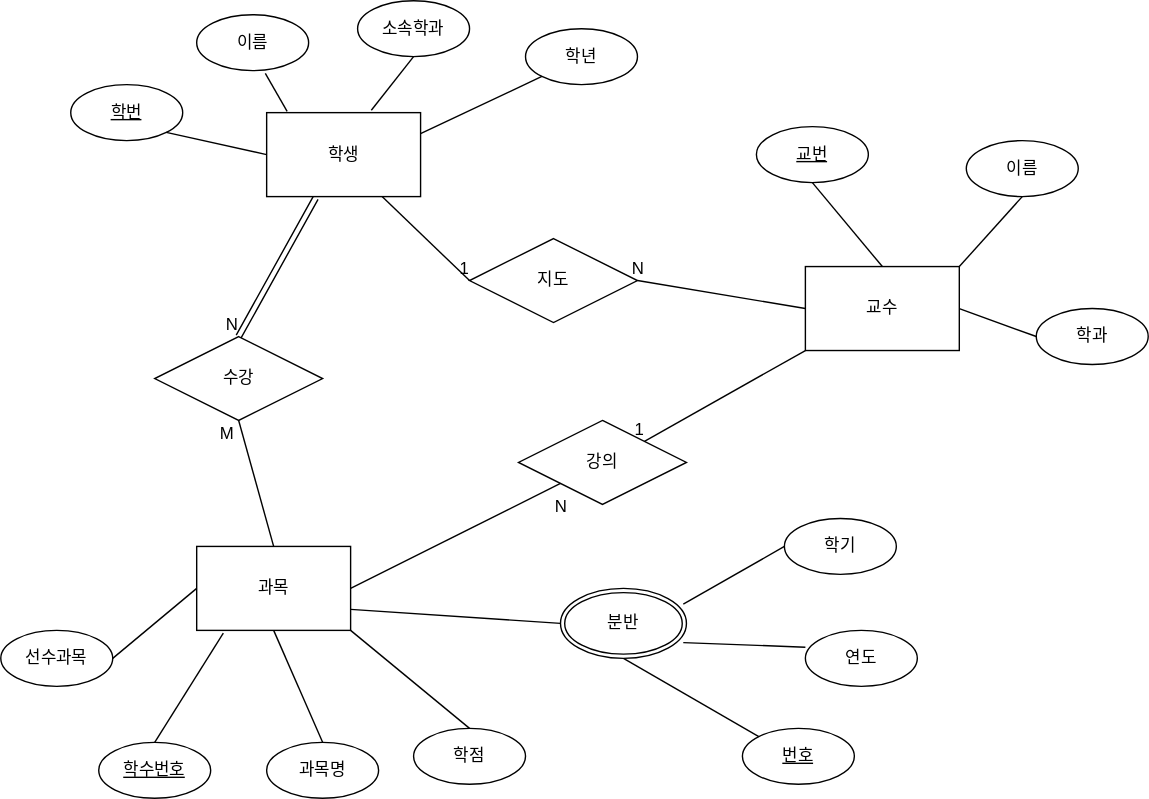
This is ERD 과제.svg from peeerr/document, a draw.io export, as it was before one commit. Source tidied: cells renumbered, new cells last; positions are measured from the earlier drawing's top-left corner, leaving out a move shared by most shapes.
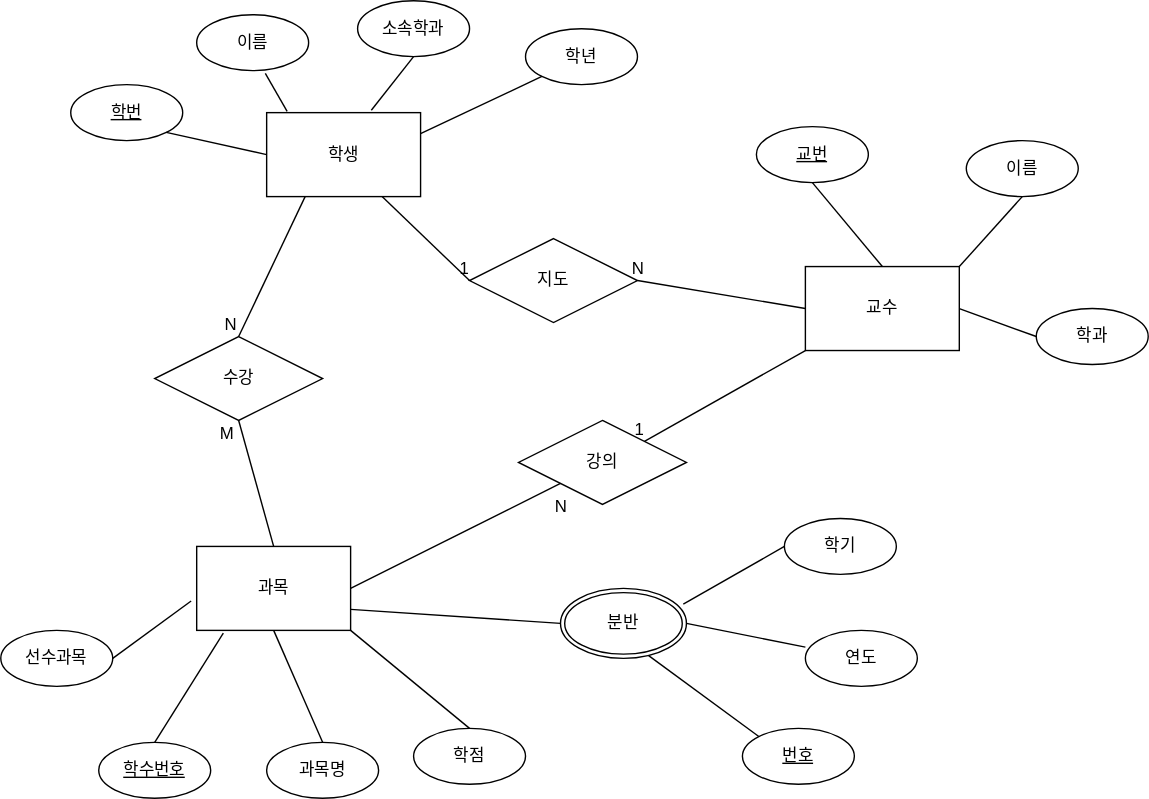
Above is the later version.

Commit message:
ERD 과제.svg 업데이트

Diff of the diagram source:
```diff
@@ -71,13 +71,13 @@
     <mxCell id="24" value="번호" style="ellipse;whiteSpace=wrap;html=1;align=center;fontStyle=4;" parent="1" vertex="1">
       <mxGeometry x="530" y="520" width="80" height="40" as="geometry" />
     </mxCell>
-    <mxCell id="25" style="endArrow=none;html=1;rounded=0;entryX=0.5;entryY=1;entryDx=0;entryDy=0;exitX=0;exitY=0;exitDx=0;exitDy=0;" parent="1" edge="1" source="24" target="42">
+    <mxCell id="25" style="endArrow=none;html=1;rounded=0;entryX=0.7;entryY=0.96;entryDx=0;entryDy=0;exitX=0;exitY=0;exitDx=0;exitDy=0;entryPerimeter=0;" parent="1" edge="1" source="24" target="42">
       <mxGeometry relative="1" as="geometry" />
     </mxCell>
     <mxCell id="26" style="endArrow=none;html=1;rounded=0;entryX=0;entryY=0.5;entryDx=0;entryDy=0;exitX=0.975;exitY=0.225;exitDx=0;exitDy=0;exitPerimeter=0;" parent="1" edge="1" source="42" target="22">
       <mxGeometry relative="1" as="geometry" />
     </mxCell>
-    <mxCell id="27" style="endArrow=none;html=1;rounded=0;exitX=0.975;exitY=0.775;exitDx=0;exitDy=0;exitPerimeter=0;entryX=0;entryY=0.3;entryDx=0;entryDy=0;entryPerimeter=0;" parent="1" edge="1" source="42" target="23">
+    <mxCell id="27" style="endArrow=none;html=1;rounded=0;exitX=1;exitY=0.5;exitDx=0;exitDy=0;entryX=0;entryY=0.3;entryDx=0;entryDy=0;entryPerimeter=0;" parent="1" edge="1" source="42" target="23">
       <mxGeometry relative="1" as="geometry" />
     </mxCell>
     <mxCell id="28" value="지도" style="shape=rhombus;perimeter=rhombusPerimeter;whiteSpace=wrap;html=1;align=center;" parent="1" vertex="1">
@@ -134,15 +134,9 @@
     <mxCell id="43" value="선수과목" style="ellipse;whiteSpace=wrap;html=1;align=center;" parent="1" vertex="1">
       <mxGeometry y="450" width="80" height="40" as="geometry" />
     </mxCell>
-    <mxCell id="44" style="endArrow=none;html=1;rounded=0;entryX=0;entryY=0.5;entryDx=0;entryDy=0;exitX=1;exitY=0.5;exitDx=0;exitDy=0;" parent="1" edge="1" source="43" target="4">
+    <mxCell id="44" style="endArrow=none;html=1;rounded=0;entryX=-0.036;entryY=0.65;entryDx=0;entryDy=0;exitX=1;exitY=0.5;exitDx=0;exitDy=0;entryPerimeter=0;" parent="1" edge="1" source="43" target="4">
       <mxGeometry relative="1" as="geometry" />
     </mxCell>
-    <mxCell id="45" style="shape=link;html=1;rounded=0;entryX=0.5;entryY=0;entryDx=0;entryDy=0;exitX=0.318;exitY=1.017;exitDx=0;exitDy=0;exitPerimeter=0;" parent="1" edge="1" source="2" target="33">
-      <mxGeometry relative="1" as="geometry" />
-    </mxCell>
-    <mxCell id="46" value="N" style="html=1;align=right;verticalAlign=bottom;" parent="45" vertex="1">
-      <mxGeometry x="1" relative="1" as="geometry" />
-    </mxCell>
     <mxCell id="47" value="과목명" style="ellipse;whiteSpace=wrap;html=1;align=center;" parent="1" vertex="1">
       <mxGeometry x="190" y="530" width="80" height="40" as="geometry" />
     </mxCell>
@@ -152,5 +146,11 @@
     <mxCell id="49" value="이름" style="ellipse;whiteSpace=wrap;html=1;align=center;" parent="1" vertex="1">
       <mxGeometry x="690" y="100" width="80" height="40" as="geometry" />
     </mxCell>
+    <mxCell id="45" style="endArrow=none;html=1;rounded=0;entryX=0.5;entryY=0;entryDx=0;entryDy=0;exitX=0.25;exitY=1;exitDx=0;exitDy=0;" parent="1" edge="1" source="2" target="33">
+      <mxGeometry relative="1" as="geometry" />
+    </mxCell>
+    <mxCell id="46" value="N" style="html=1;whiteSpace=wrap;align=right;verticalAlign=bottom;" parent="45" vertex="1">
+      <mxGeometry x="1" relative="1" as="geometry" />
+    </mxCell>
   </root>
 </mxGraphModel>
```
